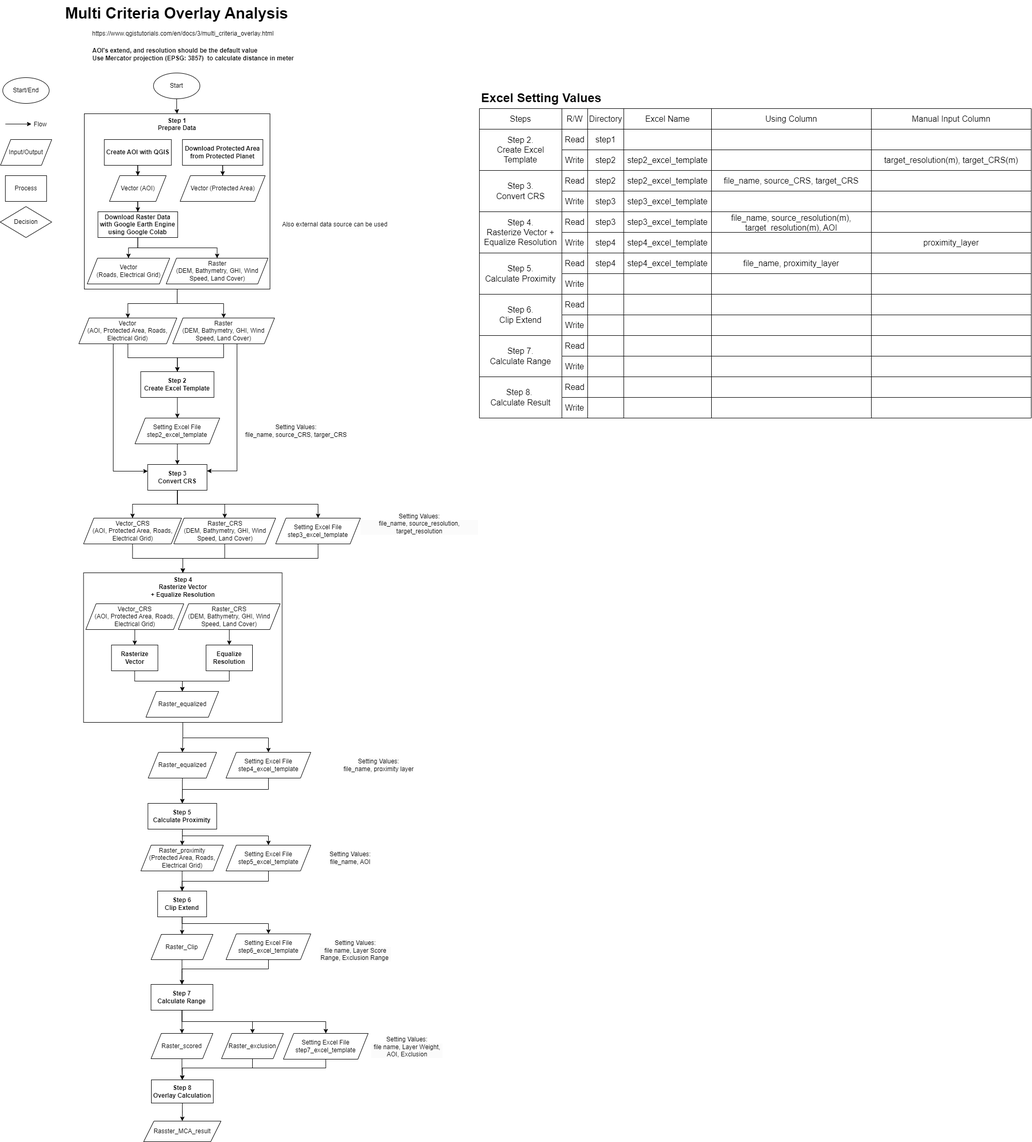
The draw.io diagram flowchart.png in chungkang/MCA, before a commit. Source tidied: cells renumbered, new cells last; positions are measured from the earlier drawing's top-left corner, leaving out a move shared by most shapes.
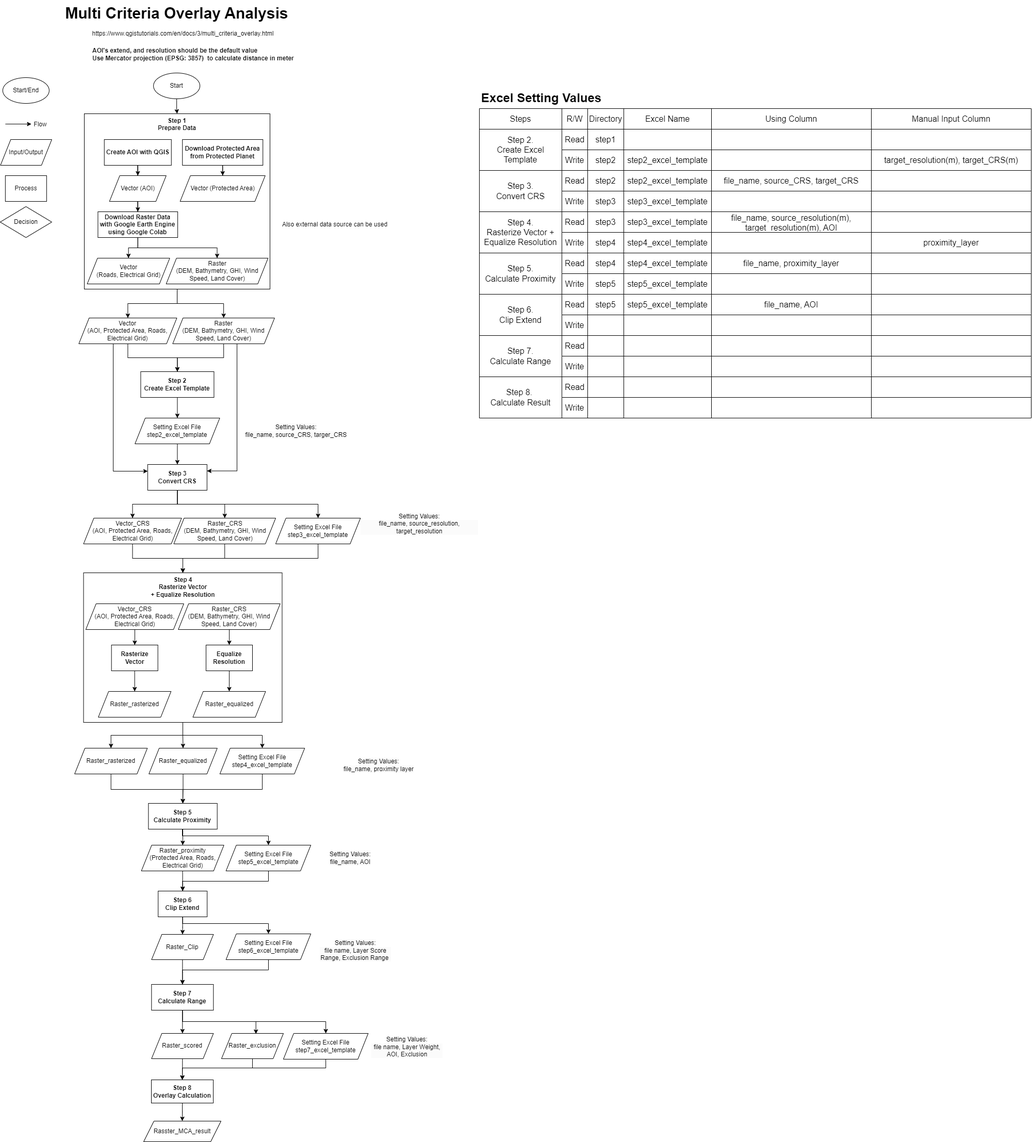
After the change.

Commit message:
complete step3 and 4

The edit, as a diff of the source:
```diff
@@ -35,42 +35,32 @@
     <mxCell id="11" style="edgeStyle=orthogonalEdgeStyle;rounded=0;jettySize=auto;html=1;entryX=0.5;entryY=0;entryDx=0;entryDy=0;" parent="1" edge="1" source="14" target="191">
       <mxGeometry relative="1" as="geometry" />
     </mxCell>
-    <mxCell id="12" style="edgeStyle=orthogonalEdgeStyle;rounded=0;jettySize=auto;html=1;" parent="1" edge="1" source="14" target="193">
-      <mxGeometry relative="1" as="geometry">
-        <Array as="points">
-          <mxPoint x="352" y="1980" />
-          <mxPoint x="489" y="1980" />
-        </Array>
-      </mxGeometry>
-    </mxCell>
     <mxCell id="13" style="edgeStyle=orthogonalEdgeStyle;rounded=0;jettySize=auto;html=1;entryX=0.5;entryY=0;entryDx=0;entryDy=0;" parent="1" edge="1" source="14" target="195">
       <mxGeometry relative="1" as="geometry">
         <Array as="points">
-          <mxPoint x="352" y="1980" />
+          <mxPoint x="353" y="1980" />
           <mxPoint x="631" y="1980" />
         </Array>
       </mxGeometry>
     </mxCell>
     <mxCell id="14" value="Step 7&lt;br&gt;Calculate Range" style="rounded=0;whiteSpace=wrap;html=1;labelBackgroundColor=none;fontStyle=1;" parent="1" vertex="1">
-      <mxGeometry x="292.3" y="1908" width="120" height="50" as="geometry" />
+      <mxGeometry x="293.3" y="1908" width="120" height="50" as="geometry" />
     </mxCell>
     <mxCell id="15" style="edgeStyle=orthogonalEdgeStyle;rounded=0;jettySize=auto;html=1;entryX=0.5;entryY=0;entryDx=0;entryDy=0;" parent="1" edge="1" source="16" target="14">
       <mxGeometry relative="1" as="geometry" />
     </mxCell>
     <mxCell id="16" value="Raster_Clip" style="shape=parallelogram;perimeter=parallelogramPerimeter;whiteSpace=wrap;html=1;fixedSize=1;rounded=0;labelBackgroundColor=none;" parent="1" vertex="1">
-      <mxGeometry x="292.4" y="1811" width="120" height="49" as="geometry" />
+      <mxGeometry x="293.4" y="1811" width="120" height="49" as="geometry" />
     </mxCell>
+    <mxCell id="18" style="edgeStyle=orthogonalEdgeStyle;rounded=0;jettySize=auto;html=1;entryX=0.5;entryY=0;entryDx=0;entryDy=0;" parent="1" edge="1" source="19" target="64">
+      <mxGeometry relative="1" as="geometry" />
+    </mxCell>
+    <mxCell id="198" style="edgeStyle=orthogonalEdgeStyle;rounded=0;jettySize=auto;html=1;entryX=0.5;entryY=0;entryDx=0;entryDy=0;" parent="1" edge="1" source="19" target="202">
+      <mxGeometry relative="1" as="geometry" />
+    </mxCell>
     <mxCell id="17" style="edgeStyle=orthogonalEdgeStyle;rounded=0;jettySize=auto;html=1;entryX=0.5;entryY=0;entryDx=0;entryDy=0;" parent="1" edge="1" source="19" target="182">
-      <mxGeometry relative="1" as="geometry">
-        <Array as="points">
-          <mxPoint x="354" y="1430" />
-          <mxPoint x="520" y="1430" />
-        </Array>
-      </mxGeometry>
+      <mxGeometry relative="1" as="geometry" />
     </mxCell>
-    <mxCell id="18" style="edgeStyle=orthogonalEdgeStyle;rounded=0;jettySize=auto;html=1;entryX=0.5;entryY=0;entryDx=0;entryDy=0;" parent="1" edge="1" source="19" target="64">
-      <mxGeometry relative="1" as="geometry" />
-    </mxCell>
     <mxCell id="19" value="Step 4&lt;br&gt;Rasterize Vector&lt;br&gt;+ Equalize Resolution" style="rounded=0;whiteSpace=wrap;html=1;fontStyle=1;verticalAlign=top;" parent="1" vertex="1">
       <mxGeometry x="161.5" y="1110" width="385" height="290" as="geometry" />
     </mxCell>
@@ -174,9 +164,9 @@
     <mxCell id="49" value="Raster_CRS&lt;br&gt;(DEM, Bathymetry, GHI, Wind Speed, Land Cover)" style="shape=parallelogram;perimeter=parallelogramPerimeter;whiteSpace=wrap;html=1;fixedSize=1;" parent="1" vertex="1">
       <mxGeometry x="345.2" y="1170" width="197.5" height="50" as="geometry" />
     </mxCell>
-    <mxCell id="50" style="edgeStyle=orthogonalEdgeStyle;rounded=0;jettySize=auto;html=1;entryX=0.5;entryY=0;entryDx=0;entryDy=0;" parent="1" edge="1" source="51" target="174">
-      <mxGeometry relative="1" as="geometry" />
-    </mxCell>
+    <mxCell id="199" style="edgeStyle=orthogonalEdgeStyle;rounded=0;jettySize=auto;html=1;entryX=0.5;entryY=0;entryDx=0;entryDy=0;" parent="1" edge="1" source="51" target="200">
+      <mxGeometry relative="1" as="geometry" />
+    </mxCell>
     <mxCell id="51" value="Rasterize Vector" style="rounded=0;whiteSpace=wrap;html=1;fontStyle=1;" parent="1" vertex="1">
       <mxGeometry x="215.6" y="1250" width="90" height="50" as="geometry" />
     </mxCell>
@@ -192,13 +182,13 @@
       </mxGeometry>
     </mxCell>
     <mxCell id="54" value="Step 5&lt;br&gt;Calculate Proximity" style="rounded=0;whiteSpace=wrap;html=1;fontStyle=1;" parent="1" vertex="1">
-      <mxGeometry x="286.3" y="1557" width="133.4" height="50" as="geometry" />
+      <mxGeometry x="287.3" y="1557" width="133.4" height="50" as="geometry" />
     </mxCell>
     <mxCell id="55" style="edgeStyle=orthogonalEdgeStyle;rounded=0;jettySize=auto;html=1;entryX=0.5;entryY=0;entryDx=0;entryDy=0;" parent="1" edge="1" source="56" target="67">
       <mxGeometry relative="1" as="geometry" />
     </mxCell>
     <mxCell id="56" value="Raster_proximity&lt;br&gt;(Protected Area, Roads, Electrical Grid)" style="shape=parallelogram;perimeter=parallelogramPerimeter;whiteSpace=wrap;html=1;fixedSize=1;" parent="1" vertex="1">
-      <mxGeometry x="272.6" y="1638" width="160" height="50" as="geometry" />
+      <mxGeometry x="273.6" y="1638" width="160" height="50" as="geometry" />
     </mxCell>
     <mxCell id="57" value="Vector&lt;br&gt;(Roads, Electrical Grid)" style="shape=parallelogram;perimeter=parallelogramPerimeter;whiteSpace=wrap;html=1;fixedSize=1;" parent="1" vertex="1">
       <mxGeometry x="168.6" y="500" width="160" height="50" as="geometry" />
@@ -222,7 +212,7 @@
       <mxGeometry relative="1" as="geometry" />
     </mxCell>
     <mxCell id="64" value="Raster_equalized" style="shape=parallelogram;perimeter=parallelogramPerimeter;whiteSpace=wrap;html=1;fixedSize=1;" parent="1" vertex="1">
-      <mxGeometry x="286.9" y="1458" width="132.5" height="50" as="geometry" />
+      <mxGeometry x="288.2" y="1450" width="132.5" height="50" as="geometry" />
     </mxCell>
     <mxCell id="65" style="edgeStyle=orthogonalEdgeStyle;rounded=0;jettySize=auto;html=1;entryX=0.5;entryY=0;entryDx=0;entryDy=0;" parent="1" edge="1" source="67" target="16">
       <mxGeometry relative="1" as="geometry" />
@@ -236,7 +226,7 @@
       </mxGeometry>
     </mxCell>
     <mxCell id="67" value="Step 6&lt;br&gt;Clip Extend" style="rounded=0;whiteSpace=wrap;html=1;fontStyle=1;" parent="1" vertex="1">
-      <mxGeometry x="305.1" y="1727" width="95" height="50" as="geometry" />
+      <mxGeometry x="306.1" y="1727" width="95" height="50" as="geometry" />
     </mxCell>
     <mxCell id="68" value="AOI's extend, and resolution should be the default value&lt;br&gt;Use Mercator projection (EPSG: 3857)&amp;nbsp;&amp;nbsp;to calculate distance in meter" style="text;html=1;strokeColor=none;fillColor=none;align=left;verticalAlign=middle;whiteSpace=wrap;rounded=0;fontStyle=1;" parent="1" vertex="1">
       <mxGeometry x="177.4" y="80" width="401.6" height="50" as="geometry" />
@@ -415,10 +405,10 @@
     <mxCell id="126" value="Write" style="shape=partialRectangle;html=1;whiteSpace=wrap;strokeColor=inherit;overflow=hidden;fillColor=none;top=0;left=0;bottom=0;right=0;fontSize=16;" parent="125" vertex="1">
       <mxGeometry x="160" width="50" height="40" as="geometry" />
     </mxCell>
-    <mxCell id="127" style="shape=partialRectangle;html=1;whiteSpace=wrap;strokeColor=inherit;overflow=hidden;fillColor=none;top=0;left=0;bottom=0;right=0;fontSize=16;" parent="125" vertex="1">
+    <mxCell id="127" value="step5" style="shape=partialRectangle;html=1;whiteSpace=wrap;strokeColor=inherit;overflow=hidden;fillColor=none;top=0;left=0;bottom=0;right=0;fontSize=16;" parent="125" vertex="1">
       <mxGeometry x="210" width="70" height="40" as="geometry" />
     </mxCell>
-    <mxCell id="128" style="shape=partialRectangle;html=1;whiteSpace=wrap;strokeColor=inherit;overflow=hidden;fillColor=none;top=0;left=0;bottom=0;right=0;fontSize=16;" parent="125" vertex="1">
+    <mxCell id="128" value="step5_excel_template" style="shape=partialRectangle;html=1;whiteSpace=wrap;strokeColor=inherit;overflow=hidden;fillColor=none;top=0;left=0;bottom=0;right=0;fontSize=16;" parent="125" vertex="1">
       <mxGeometry x="280" width="170" height="40" as="geometry" />
     </mxCell>
     <mxCell id="129" style="shape=partialRectangle;html=1;whiteSpace=wrap;strokeColor=inherit;overflow=hidden;fillColor=none;top=0;left=0;bottom=0;right=0;fontSize=16;" parent="125" vertex="1">
@@ -436,13 +426,13 @@
     <mxCell id="133" value="Read" style="shape=partialRectangle;html=1;whiteSpace=wrap;strokeColor=inherit;overflow=hidden;fillColor=none;top=0;left=0;bottom=0;right=0;fontSize=16;" parent="131" vertex="1">
       <mxGeometry x="160" width="50" height="40" as="geometry" />
     </mxCell>
-    <mxCell id="134" style="shape=partialRectangle;html=1;whiteSpace=wrap;strokeColor=inherit;overflow=hidden;fillColor=none;top=0;left=0;bottom=0;right=0;fontSize=16;" parent="131" vertex="1">
+    <mxCell id="134" value="step5" style="shape=partialRectangle;html=1;whiteSpace=wrap;strokeColor=inherit;overflow=hidden;fillColor=none;top=0;left=0;bottom=0;right=0;fontSize=16;" parent="131" vertex="1">
       <mxGeometry x="210" width="70" height="40" as="geometry" />
     </mxCell>
-    <mxCell id="135" style="shape=partialRectangle;html=1;whiteSpace=wrap;strokeColor=inherit;overflow=hidden;fillColor=none;top=0;left=0;bottom=0;right=0;fontSize=16;" parent="131" vertex="1">
+    <mxCell id="135" value="step5_excel_template" style="shape=partialRectangle;html=1;whiteSpace=wrap;strokeColor=inherit;overflow=hidden;fillColor=none;top=0;left=0;bottom=0;right=0;fontSize=16;" parent="131" vertex="1">
       <mxGeometry x="280" width="170" height="40" as="geometry" />
     </mxCell>
-    <mxCell id="136" style="shape=partialRectangle;html=1;whiteSpace=wrap;strokeColor=inherit;overflow=hidden;fillColor=none;top=0;left=0;bottom=0;right=0;fontSize=16;" parent="131" vertex="1">
+    <mxCell id="136" value="file_name, AOI" style="shape=partialRectangle;html=1;whiteSpace=wrap;strokeColor=inherit;overflow=hidden;fillColor=none;top=0;left=0;bottom=0;right=0;fontSize=16;" parent="131" vertex="1">
       <mxGeometry x="450" width="310" height="40" as="geometry" />
     </mxCell>
     <mxCell id="137" style="shape=partialRectangle;html=1;whiteSpace=wrap;strokeColor=inherit;overflow=hidden;fillColor=none;top=0;left=0;bottom=0;right=0;fontSize=16;" parent="131" vertex="1">
@@ -557,7 +547,7 @@
       <mxGeometry x="399" y="1250" width="90" height="50" as="geometry" />
     </mxCell>
     <mxCell id="174" value="Raster_equalized" style="shape=parallelogram;perimeter=parallelogramPerimeter;whiteSpace=wrap;html=1;fixedSize=1;" parent="1" vertex="1">
-      <mxGeometry x="282.5" y="1340" width="141" height="50" as="geometry" />
+      <mxGeometry x="373.5" y="1340" width="141" height="50" as="geometry" />
     </mxCell>
     <mxCell id="175" value="&lt;br&gt;&lt;span style=&quot;color: rgb(0, 0, 0); font-family: Helvetica; font-size: 12px; font-style: normal; font-variant-ligatures: normal; font-variant-caps: normal; font-weight: 400; letter-spacing: normal; orphans: 2; text-align: center; text-indent: 0px; text-transform: none; widows: 2; word-spacing: 0px; -webkit-text-stroke-width: 0px; background-color: rgb(251, 251, 251); text-decoration-thickness: initial; text-decoration-style: initial; text-decoration-color: initial; float: none; display: inline !important;&quot;&gt;Setting Values:&lt;/span&gt;&lt;br style=&quot;border-color: var(--border-color); color: rgb(0, 0, 0); font-family: Helvetica; font-size: 12px; font-style: normal; font-variant-ligatures: normal; font-variant-caps: normal; font-weight: 400; letter-spacing: normal; orphans: 2; text-align: center; text-indent: 0px; text-transform: none; widows: 2; word-spacing: 0px; -webkit-text-stroke-width: 0px; background-color: rgb(251, 251, 251); text-decoration-thickness: initial; text-decoration-style: initial; text-decoration-color: initial;&quot;&gt;&lt;div style=&quot;border-color: var(--border-color); color: rgb(0, 0, 0); font-family: Helvetica; font-size: 12px; font-style: normal; font-variant-ligatures: normal; font-variant-caps: normal; font-weight: 400; letter-spacing: normal; orphans: 2; text-align: center; text-indent: 0px; text-transform: none; widows: 2; word-spacing: 0px; -webkit-text-stroke-width: 0px; background-color: rgb(251, 251, 251); text-decoration-thickness: initial; text-decoration-style: initial; text-decoration-color: initial;&quot;&gt;&lt;span style=&quot;border-color: var(--border-color); background-color: initial;&quot;&gt;file_name, source_CRS, targer_CRS&lt;/span&gt;&lt;/div&gt;&lt;br&gt;" style="text;html=1;strokeColor=none;fillColor=none;align=center;verticalAlign=middle;whiteSpace=wrap;rounded=0;" parent="1" vertex="1">
       <mxGeometry x="469" y="795" width="210" height="80" as="geometry" />
@@ -580,13 +570,13 @@
     <mxCell id="181" style="edgeStyle=orthogonalEdgeStyle;rounded=0;jettySize=auto;html=1;entryX=0.5;entryY=0;entryDx=0;entryDy=0;" parent="1" edge="1" source="182" target="54">
       <mxGeometry relative="1" as="geometry">
         <Array as="points">
-          <mxPoint x="520" y="1530" />
-          <mxPoint x="353" y="1530" />
+          <mxPoint x="508" y="1530" />
+          <mxPoint x="354" y="1530" />
         </Array>
       </mxGeometry>
     </mxCell>
     <mxCell id="182" value="Setting Excel File&lt;br&gt;step4_excel_template" style="shape=parallelogram;perimeter=parallelogramPerimeter;whiteSpace=wrap;html=1;fixedSize=1;" parent="1" vertex="1">
-      <mxGeometry x="437.8" y="1458" width="164.4" height="50" as="geometry" />
+      <mxGeometry x="425.8" y="1450" width="164.4" height="50" as="geometry" />
     </mxCell>
     <mxCell id="183" style="edgeStyle=orthogonalEdgeStyle;rounded=0;jettySize=auto;html=1;entryX=0.5;entryY=0;entryDx=0;entryDy=0;" parent="1" edge="1" source="184" target="67">
       <mxGeometry relative="1" as="geometry">
@@ -602,8 +592,8 @@
     <mxCell id="185" style="edgeStyle=orthogonalEdgeStyle;rounded=0;jettySize=auto;html=1;entryX=0.5;entryY=0;entryDx=0;entryDy=0;" parent="1" edge="1" source="186" target="14">
       <mxGeometry relative="1" as="geometry">
         <Array as="points">
-          <mxPoint x="520" y="1878" />
-          <mxPoint x="352" y="1878" />
+          <mxPoint x="520" y="1880" />
+          <mxPoint x="353" y="1880" />
         </Array>
       </mxGeometry>
     </mxCell>
@@ -623,7 +613,7 @@
       <mxGeometry relative="1" as="geometry" />
     </mxCell>
     <mxCell id="191" value="Raster_scored" style="shape=parallelogram;perimeter=parallelogramPerimeter;whiteSpace=wrap;html=1;fixedSize=1;rounded=0;labelBackgroundColor=none;" parent="1" vertex="1">
-      <mxGeometry x="292.3" y="2003" width="120" height="49" as="geometry" />
+      <mxGeometry x="293.3" y="2003" width="120" height="49" as="geometry" />
     </mxCell>
     <mxCell id="192" style="edgeStyle=orthogonalEdgeStyle;rounded=0;jettySize=auto;html=1;entryX=0.5;entryY=0;entryDx=0;entryDy=0;" parent="1" edge="1" source="193" target="10">
       <mxGeometry relative="1" as="geometry">
@@ -653,5 +643,27 @@
     <mxCell id="197" value="Also external data source can be used" style="text;html=1;strokeColor=none;fillColor=none;align=center;verticalAlign=middle;whiteSpace=wrap;rounded=0;" parent="1" vertex="1">
       <mxGeometry x="539" y="420" width="220" height="30" as="geometry" />
     </mxCell>
+    <mxCell id="200" value="Raster_rasterized" style="shape=parallelogram;perimeter=parallelogramPerimeter;whiteSpace=wrap;html=1;fixedSize=1;" parent="1" vertex="1">
+      <mxGeometry x="190.1" y="1340" width="141" height="50" as="geometry" />
+    </mxCell>
+    <mxCell id="201" style="edgeStyle=orthogonalEdgeStyle;rounded=0;jettySize=auto;html=1;entryX=0.5;entryY=0;entryDx=0;entryDy=0;" parent="1" edge="1" source="202" target="54">
+      <mxGeometry relative="1" as="geometry">
+        <Array as="points">
+          <mxPoint x="215" y="1530" />
+          <mxPoint x="354" y="1530" />
+        </Array>
+      </mxGeometry>
+    </mxCell>
+    <mxCell id="202" value="Raster_rasterized" style="shape=parallelogram;perimeter=parallelogramPerimeter;whiteSpace=wrap;html=1;fixedSize=1;" parent="1" vertex="1">
+      <mxGeometry x="144.2" y="1450" width="141" height="50" as="geometry" />
+    </mxCell>
+    <mxCell id="12" style="edgeStyle=orthogonalEdgeStyle;rounded=0;jettySize=auto;html=1;entryX=0.556;entryY=0.02;entryDx=0;entryDy=0;entryPerimeter=0;" parent="1" edge="1" source="14" target="193">
+      <mxGeometry relative="1" as="geometry">
+        <Array as="points">
+          <mxPoint x="353" y="1980" />
+          <mxPoint x="496" y="1980" />
+        </Array>
+      </mxGeometry>
+    </mxCell>
   </root>
 </mxGraphModel>
```
